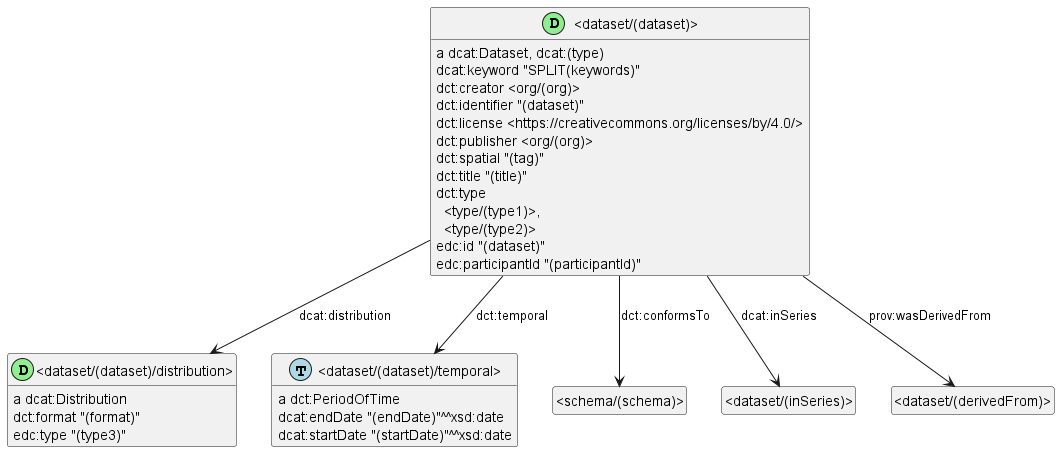
Above: dataset.png in underpin-project/model (PlantUML), before the change.
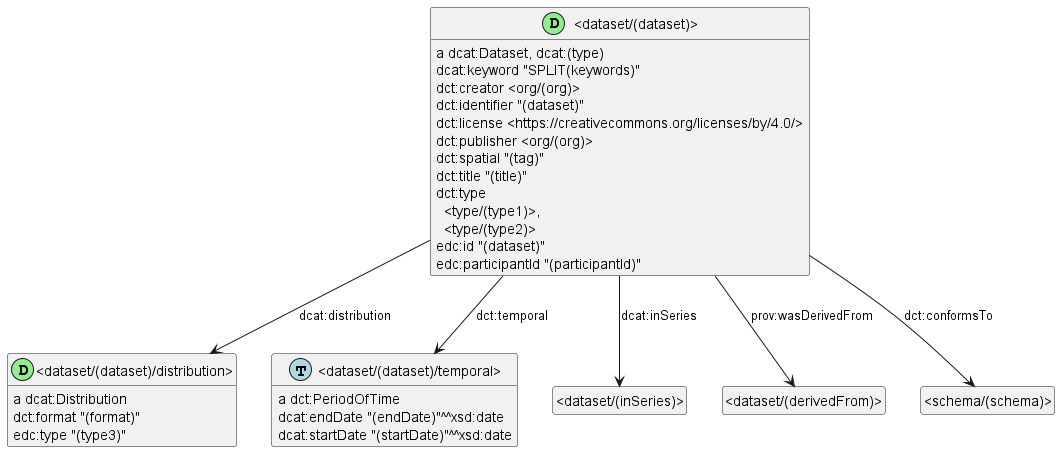
The same diagram one commit later.

Commit message:
add #dataset-relations

The edit, as a diff of the source:
```diff
@@ -11,18 +11,15 @@
 class _dataset_dataset_temporal_ as "<dataset/(dataset)/temporal>"
 class _dataset_dataset_temporal_ <<(T,lightblue)>>
 show _dataset_dataset_temporal_ circle
-_dataset_dataset_distribution_ : {field} a dcat:Distribution
-_dataset_dataset_distribution_ : {field} dct:format "(format)"
-_dataset_dataset_distribution_ : {field} edc:type "(type3)"
 _dataset_dataset_ : {field} a dcat:Dataset, dcat:(type)
-class _schema_schema_ as "<schema/(schema)>"
-_dataset_dataset_ -down-> _schema_schema_ : dct:conformsTo
 _dataset_dataset_ -down-> _dataset_dataset_distribution_ : dcat:distribution
-_dataset_dataset_ -down-> _dataset_dataset_temporal_ : dct:temporal
 class _dataset_inSeries_ as "<dataset/(inSeries)>"
 _dataset_dataset_ -down-> _dataset_inSeries_ : dcat:inSeries
 class _dataset_derivedFrom_ as "<dataset/(derivedFrom)>"
 _dataset_dataset_ -down-> _dataset_derivedFrom_ : prov:wasDerivedFrom
+class _schema_schema_ as "<schema/(schema)>"
+_dataset_dataset_ -down-> _schema_schema_ : dct:conformsTo
+_dataset_dataset_ -down-> _dataset_dataset_temporal_ : dct:temporal
 _dataset_dataset_ : {field} dcat:keyword "SPLIT(keywords)"
 _dataset_dataset_ : {field} dct:creator <org/(org)>
 _dataset_dataset_ : {field} dct:identifier "(dataset)"
@@ -36,4 +33,7 @@
 _dataset_dataset_temporal_ : {field} a dct:PeriodOfTime
 _dataset_dataset_temporal_ : {field} dcat:endDate "(endDate)"^^xsd:date
 _dataset_dataset_temporal_ : {field} dcat:startDate "(startDate)"^^xsd:date
+_dataset_dataset_distribution_ : {field} a dcat:Distribution
+_dataset_dataset_distribution_ : {field} dct:format "(format)"
+_dataset_dataset_distribution_ : {field} edc:type "(type3)"
 @enduml
```
